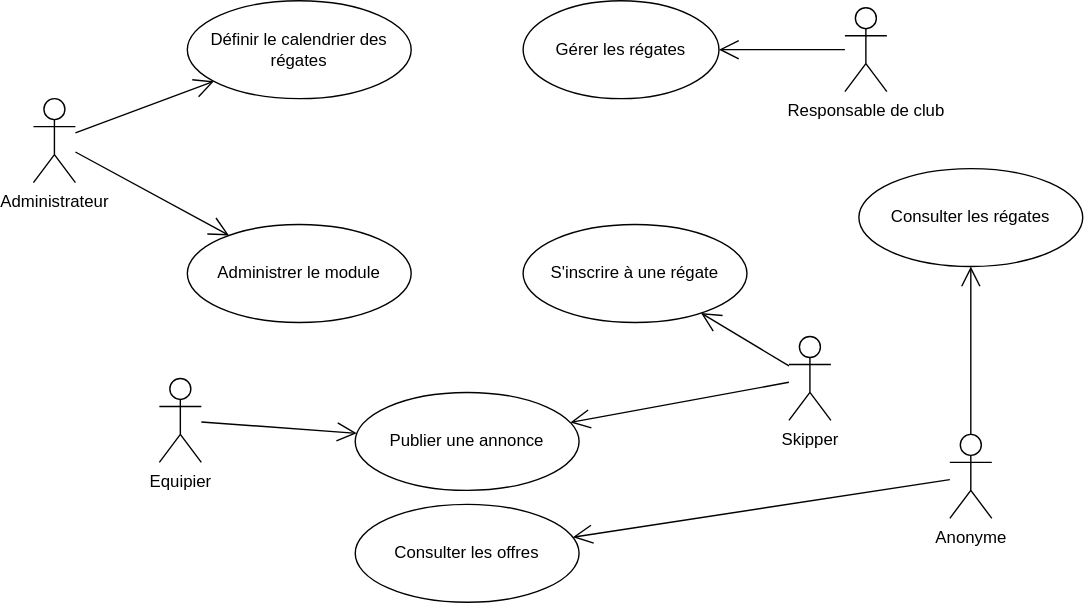
Earlier version of the draw.io export doc/requirements/use-cases.drawio.svg (Manon00/web-races-module). Source tidied: cells renumbered, new cells last; positions are measured from the earlier drawing's top-left corner, leaving out a move shared by most shapes.
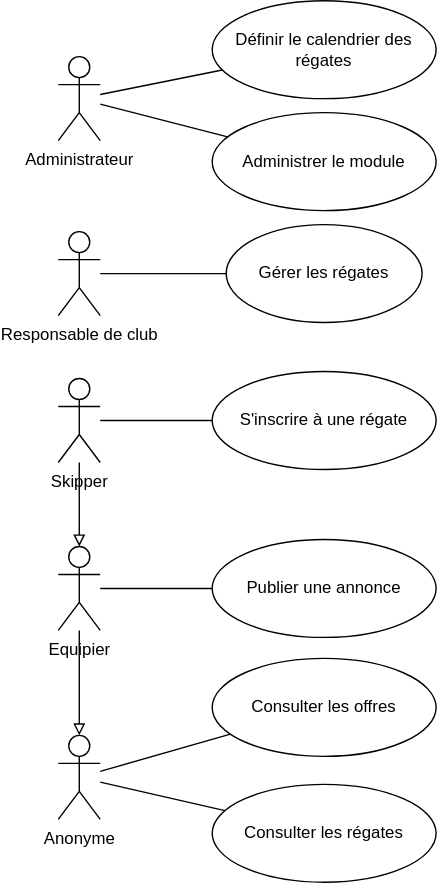
The same file after the commit.

What changed in the source:
```diff
@@ -3,63 +3,66 @@
     <mxCell id="0" />
     <mxCell id="1" parent="0" />
     <mxCell id="2" value="Administrateur" style="shape=umlActor;verticalLabelPosition=bottom;verticalAlign=top;html=1;" parent="1" vertex="1">
-      <mxGeometry y="70" width="30" height="60" as="geometry" />
+      <mxGeometry y="40" width="30" height="60" as="geometry" />
     </mxCell>
     <mxCell id="3" value="Administrer le module" style="ellipse;whiteSpace=wrap;html=1;" parent="1" vertex="1">
-      <mxGeometry x="110" y="160" width="160" height="70" as="geometry" />
+      <mxGeometry x="110" y="80" width="160" height="70" as="geometry" />
     </mxCell>
-    <mxCell id="4" style="endArrow=open;endFill=1;endSize=12;html=1;rounded=0;" parent="1" edge="1" source="2" target="3">
+    <mxCell id="4" style="endArrow=none;endFill=0;endSize=12;html=1;rounded=0;" parent="1" edge="1" source="2" target="3">
       <mxGeometry relative="1" as="geometry" />
     </mxCell>
     <mxCell id="5" value="Responsable de club" style="shape=umlActor;verticalLabelPosition=bottom;verticalAlign=top;html=1;" parent="1" vertex="1">
-      <mxGeometry x="580" y="5" width="30" height="60" as="geometry" />
+      <mxGeometry y="165" width="30" height="60" as="geometry" />
     </mxCell>
     <mxCell id="6" value="Définir le calendrier des régates" style="ellipse;whiteSpace=wrap;html=1;" parent="1" vertex="1">
       <mxGeometry x="110" width="160" height="70" as="geometry" />
     </mxCell>
-    <mxCell id="7" style="endArrow=open;endFill=1;endSize=12;html=1;rounded=0;" parent="1" edge="1" source="2" target="6">
+    <mxCell id="7" style="endArrow=none;endFill=0;endSize=12;html=1;rounded=0;" parent="1" edge="1" source="2" target="6">
       <mxGeometry relative="1" as="geometry" />
     </mxCell>
     <mxCell id="8" value="S'inscrire à une régate" style="ellipse;whiteSpace=wrap;html=1;" parent="1" vertex="1">
-      <mxGeometry x="350" y="160" width="160" height="70" as="geometry" />
+      <mxGeometry x="110" y="265" width="160" height="70" as="geometry" />
     </mxCell>
     <mxCell id="9" value="Gérer les régates" style="ellipse;whiteSpace=wrap;html=1;" parent="1" vertex="1">
-      <mxGeometry x="350" width="140" height="70" as="geometry" />
+      <mxGeometry x="120" y="160" width="140" height="70" as="geometry" />
     </mxCell>
-    <mxCell id="10" style="endArrow=open;endFill=1;endSize=12;html=1;rounded=0;" parent="1" edge="1" source="5" target="9">
+    <mxCell id="10" style="endArrow=none;endFill=0;endSize=12;html=1;rounded=0;" parent="1" edge="1" source="5" target="9">
       <mxGeometry relative="1" as="geometry" />
     </mxCell>
+    <mxCell id="22" style="edgeStyle=none;html=1;entryX=0.5;entryY=0;entryDx=0;entryDy=0;entryPerimeter=0;endArrow=block;endFill=0;" parent="1" edge="1" source="11" target="15">
+      <mxGeometry relative="1" as="geometry" />
+    </mxCell>
     <mxCell id="11" value="Skipper" style="shape=umlActor;verticalLabelPosition=bottom;verticalAlign=top;html=1;" parent="1" vertex="1">
-      <mxGeometry x="540" y="240" width="30" height="60" as="geometry" />
+      <mxGeometry y="270" width="30" height="60" as="geometry" />
     </mxCell>
-    <mxCell id="12" style="endArrow=open;endFill=1;endSize=12;html=1;rounded=0;" parent="1" edge="1" source="11" target="8">
+    <mxCell id="12" style="endArrow=none;endFill=0;endSize=12;html=1;rounded=0;" parent="1" edge="1" source="11" target="8">
       <mxGeometry relative="1" as="geometry" />
     </mxCell>
     <mxCell id="13" value="Publier une annonce" style="ellipse;whiteSpace=wrap;html=1;" parent="1" vertex="1">
-      <mxGeometry x="230" y="280" width="160" height="70" as="geometry" />
+      <mxGeometry x="110" y="385" width="160" height="70" as="geometry" />
     </mxCell>
-    <mxCell id="14" style="endArrow=open;endFill=1;endSize=12;html=1;rounded=0;" parent="1" edge="1" source="11" target="13">
-      <mxGeometry relative="1" as="geometry" />
-    </mxCell>
+    <mxCell id="23" style="edgeStyle=none;html=1;entryX=0.5;entryY=0;entryDx=0;entryDy=0;entryPerimeter=0;endArrow=block;endFill=0;" parent="1" edge="1" source="15" target="18">
+      <mxGeometry relative="1" as="geometry" />
+    </mxCell>
     <mxCell id="15" value="Equipier" style="shape=umlActor;verticalLabelPosition=bottom;verticalAlign=top;html=1;" parent="1" vertex="1">
-      <mxGeometry x="90" y="270" width="30" height="60" as="geometry" />
+      <mxGeometry y="390" width="30" height="60" as="geometry" />
     </mxCell>
-    <mxCell id="16" style="endArrow=open;endFill=1;endSize=12;html=1;rounded=0;" parent="1" edge="1" source="15" target="13">
+    <mxCell id="16" style="endArrow=none;endFill=0;endSize=12;html=1;rounded=0;" parent="1" edge="1" source="15" target="13">
       <mxGeometry relative="1" as="geometry" />
     </mxCell>
     <mxCell id="17" value="Consulter les offres" style="ellipse;whiteSpace=wrap;html=1;" parent="1" vertex="1">
-      <mxGeometry x="230" y="360" width="160" height="70" as="geometry" />
+      <mxGeometry x="110" y="470" width="160" height="70" as="geometry" />
     </mxCell>
     <mxCell id="18" value="Anonyme" style="shape=umlActor;verticalLabelPosition=bottom;verticalAlign=top;html=1;" parent="1" vertex="1">
-      <mxGeometry x="655" y="310" width="30" height="60" as="geometry" />
+      <mxGeometry y="525" width="30" height="60" as="geometry" />
     </mxCell>
     <mxCell id="19" value="Consulter les régates" style="ellipse;whiteSpace=wrap;html=1;" parent="1" vertex="1">
-      <mxGeometry x="590" y="120" width="160" height="70" as="geometry" />
+      <mxGeometry x="110" y="560" width="160" height="70" as="geometry" />
     </mxCell>
-    <mxCell id="20" style="endArrow=open;endFill=1;endSize=12;html=1;rounded=0;" parent="1" edge="1" source="18" target="19">
+    <mxCell id="20" style="endArrow=none;endFill=0;endSize=12;html=1;rounded=0;" parent="1" edge="1" source="18" target="19">
       <mxGeometry relative="1" as="geometry" />
     </mxCell>
-    <mxCell id="21" style="endArrow=open;endFill=1;endSize=12;html=1;rounded=0;" parent="1" edge="1" source="18" target="17">
+    <mxCell id="21" style="endArrow=none;endFill=0;endSize=12;html=1;rounded=0;" parent="1" edge="1" source="18" target="17">
       <mxGeometry relative="1" as="geometry" />
     </mxCell>
   </root>
```
